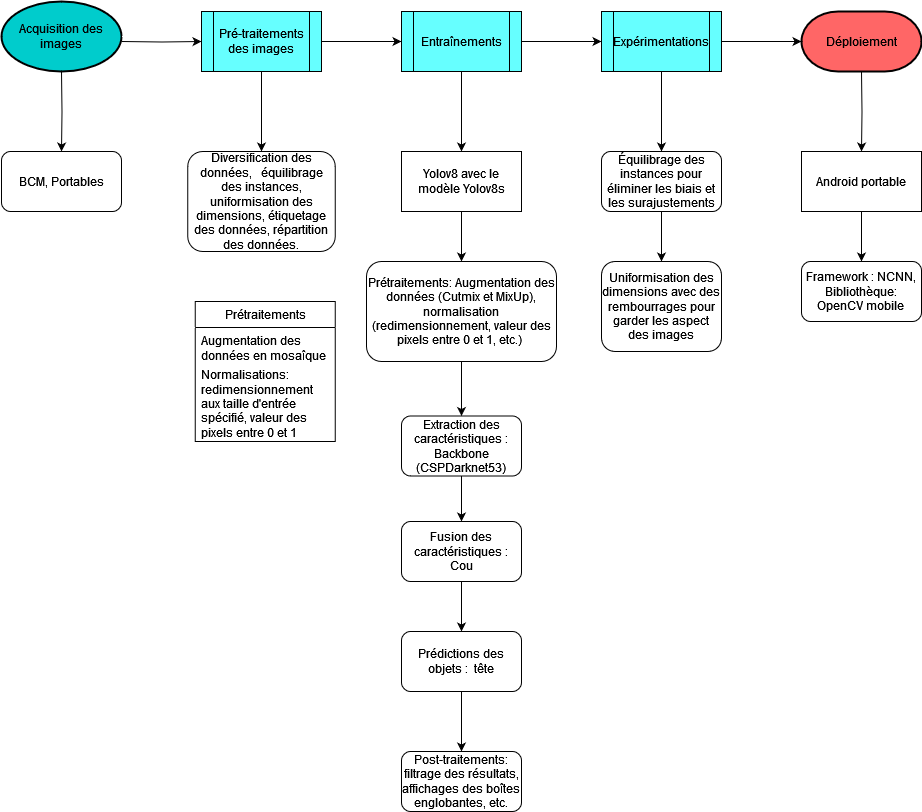
This is Ariary_recognition.drawio.png from bihoux/Repertoire_vaovao, a draw.io export, as it was before one commit. Source tidied: cells renumbered, new cells last; positions are measured from the earlier drawing's top-left corner, leaving out a move shared by most shapes.
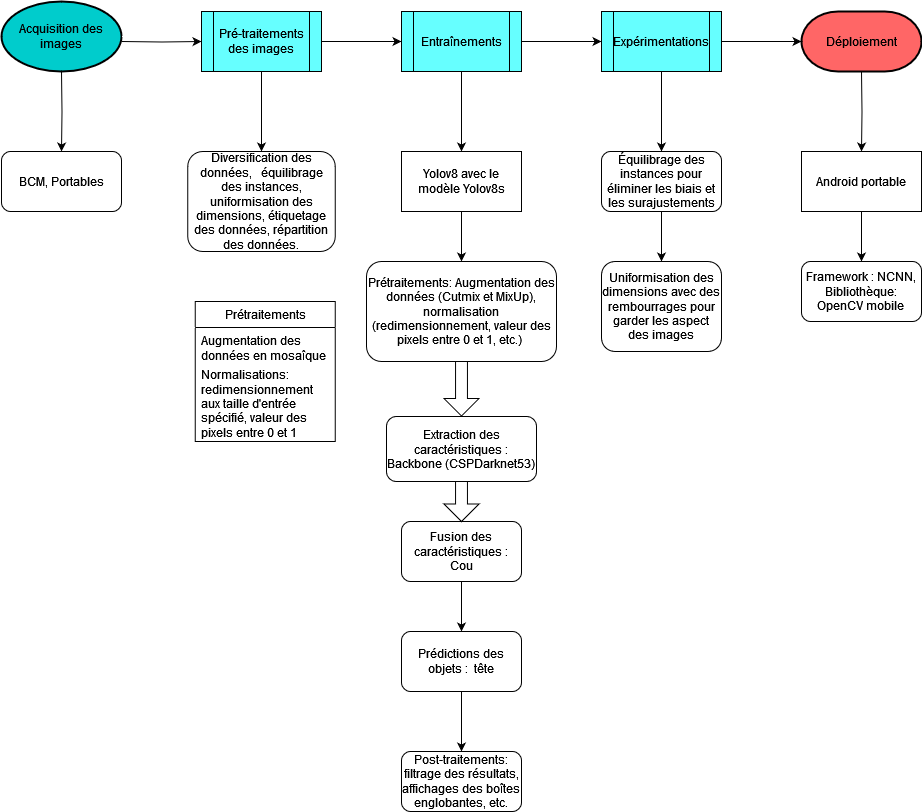
Later version of the same file.

Commit message:
Mettre à jour Ariary_recognition.drawio.png

What changed in the source:
```diff
@@ -63,17 +63,11 @@
     <mxCell id="17" value="Yolov8 avec le modèle Yolov8s" style="whiteSpace=wrap;html=1;" parent="1" vertex="1">
       <mxGeometry x="400" y="150" width="120" height="60" as="geometry" />
     </mxCell>
-    <mxCell id="18" style="edgeStyle=orthogonalEdgeStyle;rounded=0;jettySize=auto;html=1;" parent="1" edge="1" source="19" target="21">
-      <mxGeometry relative="1" as="geometry" />
-    </mxCell>
     <mxCell id="19" value="Prétraitements: Augmentation des données (Cutmix et MixUp), normalisation (redimensionnement, valeur des pixels entre 0 et 1, etc.)&amp;nbsp; " style="rounded=1;whiteSpace=wrap;html=1;" parent="1" vertex="1">
       <mxGeometry x="365" y="260" width="190" height="100" as="geometry" />
     </mxCell>
-    <mxCell id="20" style="edgeStyle=orthogonalEdgeStyle;rounded=0;jettySize=auto;html=1;" parent="1" edge="1" source="21" target="23">
-      <mxGeometry relative="1" as="geometry" />
-    </mxCell>
     <mxCell id="21" value="Extraction des caractéristiques : Backbone (CSPDarknet53)" style="rounded=1;whiteSpace=wrap;html=1;" parent="1" vertex="1">
-      <mxGeometry x="400" y="414.5" width="120" height="60" as="geometry" />
+      <mxGeometry x="385" y="415" width="150" height="65" as="geometry" />
     </mxCell>
     <mxCell id="22" style="edgeStyle=orthogonalEdgeStyle;rounded=0;jettySize=auto;html=1;" parent="1" edge="1" source="23" target="25">
       <mxGeometry relative="1" as="geometry" />
@@ -123,5 +117,11 @@
     <mxCell id="37" value="Normalisations: redimensionnement aux taille d'entrée spécifié, valeur des pixels entre 0 et 1" style="text;strokeColor=none;fillColor=none;align=left;verticalAlign=top;spacingLeft=4;spacingRight=4;overflow=hidden;whiteSpace=wrap;html=1;" parent="35" vertex="1">
       <mxGeometry y="60" width="140" height="80" as="geometry" />
     </mxCell>
+    <mxCell id="38" style="html=1;shadow=0;dashed=0;align=center;verticalAlign=middle;shape=mxgraph.arrows2.arrow;dy=0.66;dx=17.5;direction=south;notch=0;" parent="1" vertex="1">
+      <mxGeometry x="442.5" y="360" width="35" height="54.5" as="geometry" />
+    </mxCell>
+    <mxCell id="39" style="html=1;shadow=0;dashed=0;align=center;verticalAlign=middle;shape=mxgraph.arrows2.arrow;dy=0.66;dx=17.5;direction=south;notch=0;" parent="1" vertex="1">
+      <mxGeometry x="442.5" y="480" width="35" height="40" as="geometry" />
+    </mxCell>
   </root>
 </mxGraphModel>
```
